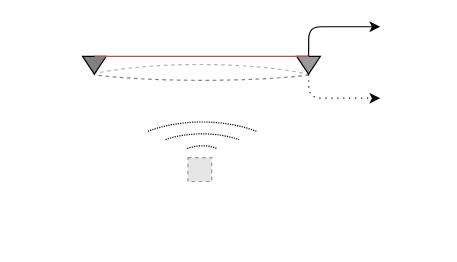
This is mems.drawio from anjoweichbrodt/draw.io, a draw.io file, before an edit. Source tidied: cells renumbered, new cells numbered last; positions are measured from the earlier drawing's top-left corner, leaving out a move shared by most shapes. Both pictures are drawn from the tidied source at 119%, with x=0, y=0 at pixel (61, 26). Pictures stored in the file or linked from it are replaced by grey dashed boxes.
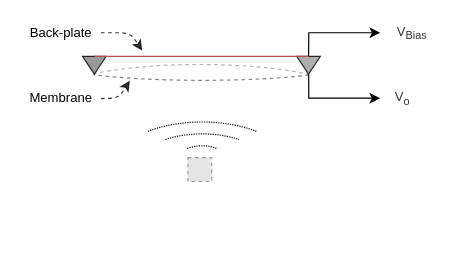
After the change.

The change refers to these unchanged cells:
```xml
<mxCell id="4" style="verticalLabelPosition=bottom;verticalAlign=top;html=1;shape=mxgraph.basic.arc;startAngle=0.3601581784484023;endAngle=0.6431105604212695;dashed=1;opacity=50;" parent="1" vertex="1">
  <mxGeometry x="2" y="20.2" width="232.8" height="24.8" as="geometry" />
</mxCell>
<mxCell id="9" style="verticalLabelPosition=bottom;verticalAlign=top;html=1;shape=mxgraph.basic.arc;startAngle=0.3601581784484023;endAngle=0.6431105604212695;dashed=1;rotation=-180;opacity=30;" parent="1" vertex="1">
  <mxGeometry y="31.7" width="232.8" height="43.7" as="geometry" />
</mxCell>
```

Change to the diagram source:
```diff
@@
-    <mxCell id="2" style="triangle;whiteSpace=wrap;html=1;rotation=90;fillColor=#999999;" parent="1" vertex="1">
+    <mxCell id="2" style="triangle;whiteSpace=wrap;html=1;rotation=90;fillColor=#999999;opacity=80;" parent="1" vertex="1">
       <mxGeometry x="200.3" y="22.3" width="15" height="20" as="geometry" />
     </mxCell>
-    <mxCell id="3" style="triangle;whiteSpace=wrap;html=1;rotation=90;fillColor=#808080;" parent="1" vertex="1">
+    <mxCell id="3" style="triangle;whiteSpace=wrap;html=1;rotation=90;fillColor=#808080;opacity=80;" parent="1" vertex="1">
       <mxGeometry x="20.3" y="22.3" width="15" height="20" as="geometry" />
     </mxCell>
@@
-    <mxCell id="10" style="endArrow=classic;html=1;strokeColor=#000000;exitX=0;exitY=0.5;exitDx=0;exitDy=0;" parent="1" edge="1" source="2">
+    <mxCell id="10" style="endArrow=classic;html=1;strokeColor=#000000;exitX=0;exitY=0.5;exitDx=0;exitDy=0;rounded=0;" parent="1" edge="1" source="2">
       <mxGeometry relative="1" as="geometry">
-        <mxPoint x="268" as="targetPoint" />
+        <mxPoint x="268" y="5" as="targetPoint" />
         <Array as="points">
-          <mxPoint x="208" />
+          <mxPoint x="208" y="5" />
         </Array>
       </mxGeometry>
     </mxCell>
@@
-    <mxCell id="12" style="endArrow=classic;html=1;strokeColor=#000000;exitX=0.107;exitY=0.809;exitDx=0;exitDy=0;exitPerimeter=0;dashed=1;dashPattern=1 4;" parent="1" edge="1" source="9">
+    <mxCell id="12" style="endArrow=classic;html=1;strokeColor=#000000;exitX=0.107;exitY=0.809;exitDx=0;exitDy=0;exitPerimeter=0;rounded=0;" parent="1" edge="1" source="9">
       <mxGeometry relative="1" as="geometry">
         <mxPoint x="268" y="60" as="targetPoint" />
         <Array as="points">
           <mxPoint x="208" y="60" />
         </Array>
       </mxGeometry>
     </mxCell>
+    <mxCell id="13" value="&lt;font style=&quot;font-size: 11px&quot;&gt;V&lt;sub&gt;Bias&lt;/sub&gt;&lt;/font&gt;" style="text;html=1;strokeColor=none;fillColor=none;align=center;verticalAlign=middle;whiteSpace=wrap;rounded=0;opacity=80;fontFamily=Computer Modern Serif;textOpacity=80;" parent="1" vertex="1">
+      <mxGeometry x="275" y="-5" width="40" height="20" as="geometry" />
+    </mxCell>
+    <mxCell id="14" value="&lt;font style=&quot;font-size: 11px&quot;&gt;V&lt;sub&gt;o&lt;/sub&gt;&lt;/font&gt;" style="text;html=1;strokeColor=none;fillColor=none;align=center;verticalAlign=middle;whiteSpace=wrap;rounded=0;opacity=80;fontFamily=Computer Modern Serif;textOpacity=80;" parent="1" vertex="1">
+      <mxGeometry x="267" y="50" width="40" height="20" as="geometry" />
+    </mxCell>
+    <mxCell id="15" value="&lt;font style=&quot;font-size: 11px&quot;&gt;Membrane&lt;/font&gt;" style="text;html=1;strokeColor=none;fillColor=none;align=center;verticalAlign=middle;whiteSpace=wrap;rounded=0;fontFamily=Computer Modern Serif;opacity=80;" parent="1" vertex="1">
+      <mxGeometry x="-19.7" y="50" width="40" height="20" as="geometry" />
+    </mxCell>
+    <mxCell id="16" value="&lt;font style=&quot;font-size: 11px&quot;&gt;Back-plate&lt;/font&gt;" style="text;html=1;strokeColor=none;fillColor=none;align=center;verticalAlign=middle;whiteSpace=wrap;rounded=0;fontFamily=Computer Modern Serif;opacity=80;" parent="1" vertex="1">
+      <mxGeometry x="-34.3" y="-5" width="67.7" height="20" as="geometry" />
+    </mxCell>
+    <mxCell id="17" style="endArrow=classic;html=1;fontFamily=Computer Modern Serif;exitX=1;exitY=0.5;exitDx=0;exitDy=0;dashed=1;opacity=80;" parent="1" edge="1" source="16">
+      <mxGeometry relative="1" as="geometry">
+        <mxPoint x="68" y="20" as="targetPoint" />
+        <Array as="points">
+          <mxPoint x="58" y="5" />
+        </Array>
+      </mxGeometry>
+    </mxCell>
+    <mxCell id="18" style="endArrow=classic;html=1;fontFamily=Computer Modern Serif;exitX=1;exitY=0.5;exitDx=0;exitDy=0;dashed=1;opacity=80;entryX=0.239;entryY=1.013;entryDx=0;entryDy=0;entryPerimeter=0;" parent="1" edge="1" target="4">
+      <mxGeometry relative="1" as="geometry">
+        <mxPoint x="33.4" y="60.3" as="sourcePoint" />
+        <Array as="points">
+          <mxPoint x="48" y="60" />
+        </Array>
+      </mxGeometry>
+    </mxCell>
```
